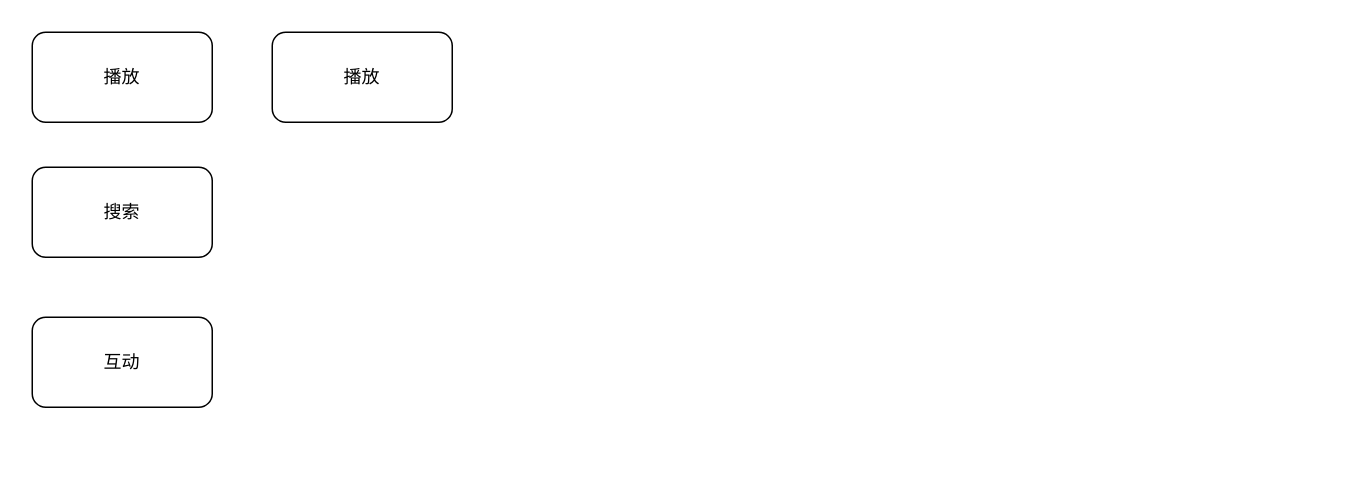
Above: page "汇总" (1 of 2) of hot_value_basic_index_design.drawio in Arthur-Lanc/drawio (draw.io), before the change. Source tidied: cells renumbered, new cells numbered last; positions are measured from the earlier drawing's top-left corner, leaving out a move shared by most shapes. Both pictures are drawn from the tidied source at 150%, with x=0, y=0 at pixel (32, 32).
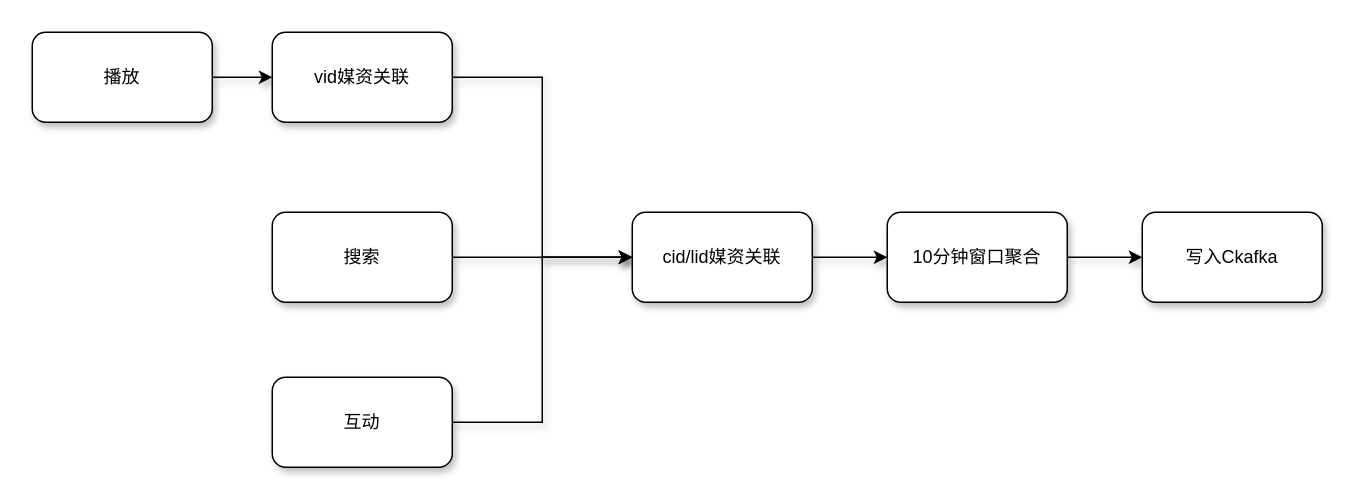
Above is the later version.

Change to the diagram source:
```diff
@@
 <mxGraphModel>
   <root>
     <mxCell id="0" />
     <mxCell id="1" parent="0" />
+    <mxCell id="6" style="edgeStyle=orthogonalEdgeStyle;rounded=0;hachureGap=4;jettySize=auto;html=1;fontFamily=Architects Daughter;fontSize=16;shadow=1;" parent="1" edge="1" source="2" target="5">
+      <mxGeometry relative="1" as="geometry" />
+    </mxCell>
-    <mxCell id="2" value="播放" style="rounded=1;whiteSpace=wrap;html=1;" parent="1" vertex="1">
+    <mxCell id="2" value="播放" style="rounded=1;whiteSpace=wrap;html=1;shadow=1;" parent="1" vertex="1">
       <mxGeometry width="120" height="60" as="geometry" />
     </mxCell>
+    <mxCell id="7" style="edgeStyle=orthogonalEdgeStyle;rounded=0;jettySize=auto;html=1;exitX=1;exitY=0.5;exitDx=0;exitDy=0;entryX=0;entryY=0.5;entryDx=0;entryDy=0;shadow=1;" parent="1" edge="1" source="3" target="11">
+      <mxGeometry relative="1" as="geometry" />
+    </mxCell>
-    <mxCell id="3" value="搜索" style="rounded=1;whiteSpace=wrap;html=1;" parent="1" vertex="1">
-      <mxGeometry y="90" width="120" height="60" as="geometry" />
+    <mxCell id="3" value="搜索" style="rounded=1;whiteSpace=wrap;html=1;shadow=1;" parent="1" vertex="1">
+      <mxGeometry x="160" y="120" width="120" height="60" as="geometry" />
     </mxCell>
+    <mxCell id="8" style="edgeStyle=orthogonalEdgeStyle;rounded=0;jettySize=auto;html=1;exitX=1;exitY=0.5;exitDx=0;exitDy=0;entryX=0;entryY=0.5;entryDx=0;entryDy=0;shadow=1;" parent="1" edge="1" source="4" target="11">
+      <mxGeometry relative="1" as="geometry" />
+    </mxCell>
-    <mxCell id="4" value="互动" style="rounded=1;whiteSpace=wrap;html=1;" parent="1" vertex="1">
-      <mxGeometry y="190" width="120" height="60" as="geometry" />
+    <mxCell id="4" value="互动" style="rounded=1;whiteSpace=wrap;html=1;shadow=1;" parent="1" vertex="1">
+      <mxGeometry x="160" y="230" width="120" height="60" as="geometry" />
     </mxCell>
+    <mxCell id="9" style="edgeStyle=orthogonalEdgeStyle;rounded=0;jettySize=auto;html=1;exitX=1;exitY=0.5;exitDx=0;exitDy=0;entryX=0;entryY=0.5;entryDx=0;entryDy=0;shadow=1;" parent="1" edge="1" source="5" target="11">
+      <mxGeometry relative="1" as="geometry" />
+    </mxCell>
-    <mxCell id="5" value="播放" style="rounded=1;whiteSpace=wrap;html=1;" parent="1" vertex="1">
+    <mxCell id="5" value="vid媒资关联" style="rounded=1;whiteSpace=wrap;html=1;shadow=1;" parent="1" vertex="1">
       <mxGeometry x="160" width="120" height="60" as="geometry" />
     </mxCell>
+    <mxCell id="10" style="edgeStyle=orthogonalEdgeStyle;rounded=0;hachureGap=4;jettySize=auto;html=1;fontFamily=Architects Daughter;fontSize=16;shadow=1;" parent="1" edge="1" source="11" target="13">
+      <mxGeometry relative="1" as="geometry" />
+    </mxCell>
+    <mxCell id="11" value="cid/lid媒资关联" style="rounded=1;whiteSpace=wrap;html=1;shadow=1;" parent="1" vertex="1">
+      <mxGeometry x="400" y="120" width="120" height="60" as="geometry" />
+    </mxCell>
+    <mxCell id="12" style="edgeStyle=orthogonalEdgeStyle;rounded=0;hachureGap=4;jettySize=auto;html=1;fontFamily=Architects Daughter;fontSize=16;shadow=1;" parent="1" edge="1" source="13" target="14">
+      <mxGeometry relative="1" as="geometry" />
+    </mxCell>
+    <mxCell id="13" value="10分钟窗口聚合" style="rounded=1;whiteSpace=wrap;html=1;shadow=1;" parent="1" vertex="1">
+      <mxGeometry x="570" y="120" width="120" height="60" as="geometry" />
+    </mxCell>
+    <mxCell id="14" value="写入Ckafka" style="rounded=1;whiteSpace=wrap;html=1;shadow=1;" parent="1" vertex="1">
+      <mxGeometry x="740" y="120" width="120" height="60" as="geometry" />
+    </mxCell>
   </root>
 </mxGraphModel>
```
